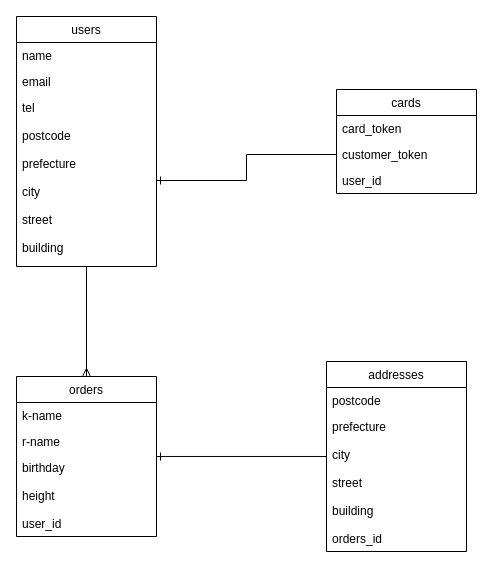
Above: test.dio in nishikori0120/for_your_special (draw.io), before the change. Source tidied: cells renumbered, new cells numbered last; positions are measured from the earlier drawing's top-left corner, leaving out a move shared by most shapes. Both pictures are drawn from the tidied source at 100%, with x=0, y=0 at pixel (16, 16).
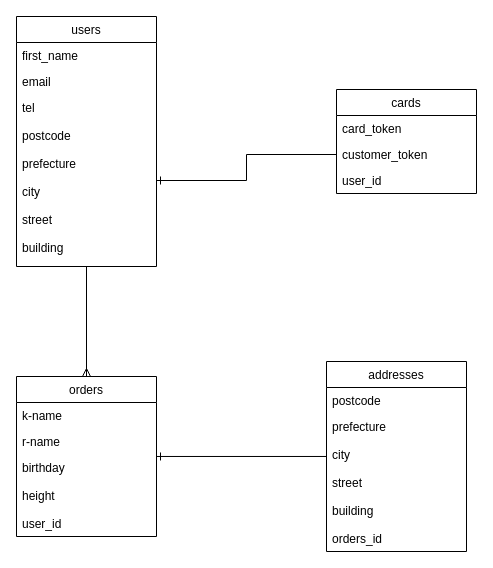
The same page after the edit.

What changed in the source:
```diff
@@
 <mxGraphModel>
   <root>
     <mxCell id="0" />
     <mxCell id="1" parent="0" />
     <mxCell id="2" style="edgeStyle=orthogonalEdgeStyle;rounded=0;jettySize=auto;html=1;entryX=0.5;entryY=0;entryDx=0;entryDy=0;endArrow=ERmany;endFill=0;" parent="1" edge="1" source="3" target="7">
       <mxGeometry relative="1" as="geometry" />
     </mxCell>
     <mxCell id="3" value="users" style="swimlane;fontStyle=0;horizontal=1;startSize=26;fillColor=none;" parent="1" vertex="1">
       <mxGeometry width="140" height="250" as="geometry" />
     </mxCell>
-    <mxCell id="4" value="name" style="text;strokeColor=none;fillColor=none;align=left;verticalAlign=top;spacingLeft=4;spacingRight=4;overflow=hidden;" parent="3" vertex="1">
+    <mxCell id="4" value="first_name" style="text;strokeColor=none;fillColor=none;align=left;verticalAlign=top;spacingLeft=4;spacingRight=4;overflow=hidden;" parent="3" vertex="1">
       <mxGeometry y="26" width="140" height="26" as="geometry" />
     </mxCell>
     <mxCell id="5" value="email" style="text;strokeColor=none;fillColor=none;align=left;verticalAlign=top;spacingLeft=4;spacingRight=4;overflow=hidden;" parent="3" vertex="1">
       <mxGeometry y="52" width="140" height="26" as="geometry" />
     </mxCell>
     <mxCell id="6" value="tel&#10;&#10;postcode&#10;&#10;prefecture&#10;&#10;city&#10;&#10;street&#10;&#10;building&#10;&#10;" style="text;strokeColor=none;fillColor=none;align=left;verticalAlign=top;spacingLeft=4;spacingRight=4;overflow=hidden;points=[[0,0.5],[1,0.5]];portConstraint=eastwest;" parent="3" vertex="1">
       <mxGeometry y="78" width="140" height="172" as="geometry" />
     </mxCell>
     <mxCell id="7" value="orders" style="swimlane;fontStyle=0;horizontal=1;startSize=26;fillColor=none;" parent="1" vertex="1">
       <mxGeometry y="360" width="140" height="160" as="geometry" />
     </mxCell>
     <mxCell id="8" value="k-name" style="text;strokeColor=none;fillColor=none;align=left;verticalAlign=top;spacingLeft=4;spacingRight=4;overflow=hidden;" parent="7" vertex="1">
       <mxGeometry y="26" width="140" height="26" as="geometry" />
     </mxCell>
     <mxCell id="9" value="r-name" style="text;strokeColor=none;fillColor=none;align=left;verticalAlign=top;spacingLeft=4;spacingRight=4;overflow=hidden;" parent="7" vertex="1">
       <mxGeometry y="52" width="140" height="26" as="geometry" />
     </mxCell>
     <mxCell id="10" value="birthday&#10;&#10;height&#10;&#10;user_id" style="text;strokeColor=none;fillColor=none;align=left;verticalAlign=top;spacingLeft=4;spacingRight=4;overflow=hidden;points=[[0,0.5],[1,0.5]];portConstraint=eastwest;" parent="7" vertex="1">
       <mxGeometry y="78" width="140" height="82" as="geometry" />
     </mxCell>
     <mxCell id="11" value="cards" style="swimlane;fontStyle=0;horizontal=1;startSize=26;fillColor=none;" parent="1" vertex="1">
       <mxGeometry x="320" y="73" width="140" height="104" as="geometry" />
     </mxCell>
     <mxCell id="12" value="card_token" style="text;strokeColor=none;fillColor=none;align=left;verticalAlign=top;spacingLeft=4;spacingRight=4;overflow=hidden;" parent="11" vertex="1">
       <mxGeometry y="26" width="140" height="26" as="geometry" />
     </mxCell>
     <mxCell id="13" value="customer_token" style="text;strokeColor=none;fillColor=none;align=left;verticalAlign=top;spacingLeft=4;spacingRight=4;overflow=hidden;points=[[0,0.5],[1,0.5]];portConstraint=eastwest;" parent="11" vertex="1">
       <mxGeometry y="52" width="140" height="26" as="geometry" />
     </mxCell>
     <mxCell id="14" value="user_id" style="text;strokeColor=none;fillColor=none;align=left;verticalAlign=top;spacingLeft=4;spacingRight=4;overflow=hidden;" parent="11" vertex="1">
       <mxGeometry y="78" width="140" height="26" as="geometry" />
     </mxCell>
     <mxCell id="15" style="edgeStyle=orthogonalEdgeStyle;rounded=0;jettySize=auto;html=1;endArrow=ERone;endFill=0;entryX=1;entryY=0.024;entryDx=0;entryDy=0;entryPerimeter=0;" parent="1" edge="1" source="16" target="10">
       <mxGeometry relative="1" as="geometry" />
     </mxCell>
     <mxCell id="16" value="addresses" style="swimlane;fontStyle=0;horizontal=1;startSize=26;fillColor=none;" parent="1" vertex="1">
       <mxGeometry x="310" y="345" width="140" height="190" as="geometry" />
     </mxCell>
     <mxCell id="17" value="postcode" style="text;strokeColor=none;fillColor=none;align=left;verticalAlign=top;spacingLeft=4;spacingRight=4;overflow=hidden;" parent="16" vertex="1">
       <mxGeometry y="26" width="140" height="26" as="geometry" />
     </mxCell>
     <mxCell id="18" value="prefecture&#10;&#10;city&#10;&#10;street&#10;&#10;building&#10;&#10;orders_id" style="text;strokeColor=none;fillColor=none;align=left;verticalAlign=top;spacingLeft=4;spacingRight=4;overflow=hidden;" parent="16" vertex="1">
       <mxGeometry y="52" width="140" height="138" as="geometry" />
     </mxCell>
     <mxCell id="19" style="edgeStyle=orthogonalEdgeStyle;rounded=0;jettySize=auto;html=1;exitX=0;exitY=0.5;exitDx=0;exitDy=0;endArrow=ERone;endFill=0;entryX=1;entryY=0.5;entryDx=0;entryDy=0;" parent="1" edge="1" source="13" target="6">
       <mxGeometry relative="1" as="geometry" />
     </mxCell>
   </root>
 </mxGraphModel>
```
